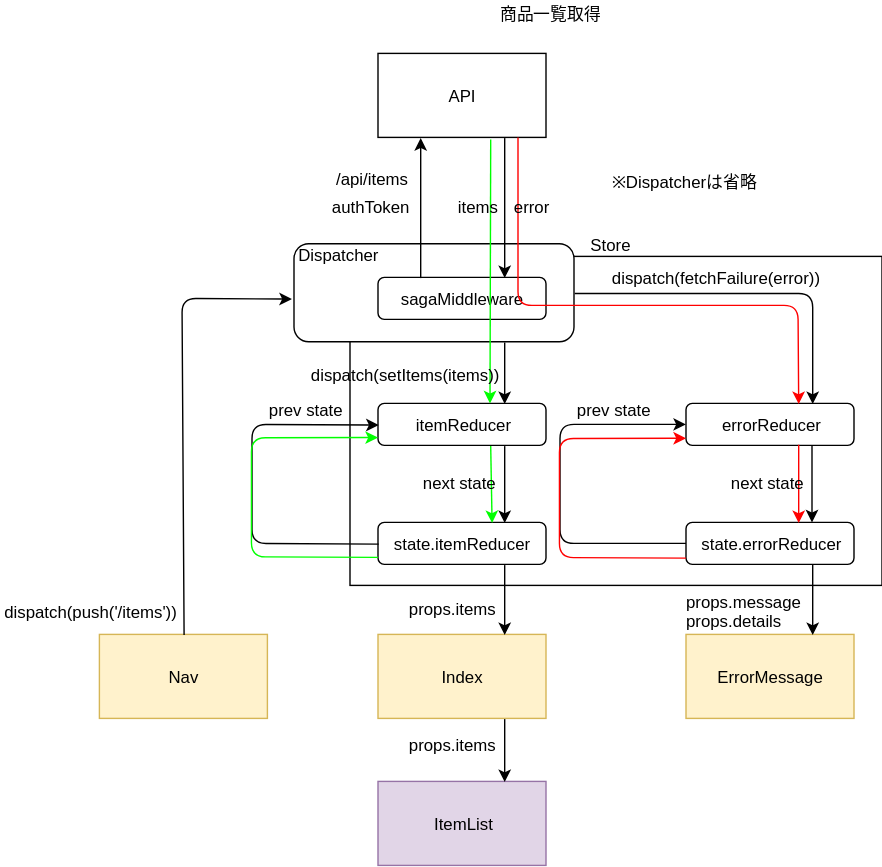
Above: diagram/dataFlow/index.svg in emgniddikur/react-app (draw.io), before the change. Source tidied: cells renumbered, new cells last; positions are measured from the earlier drawing's top-left corner, leaving out a move shared by most shapes.
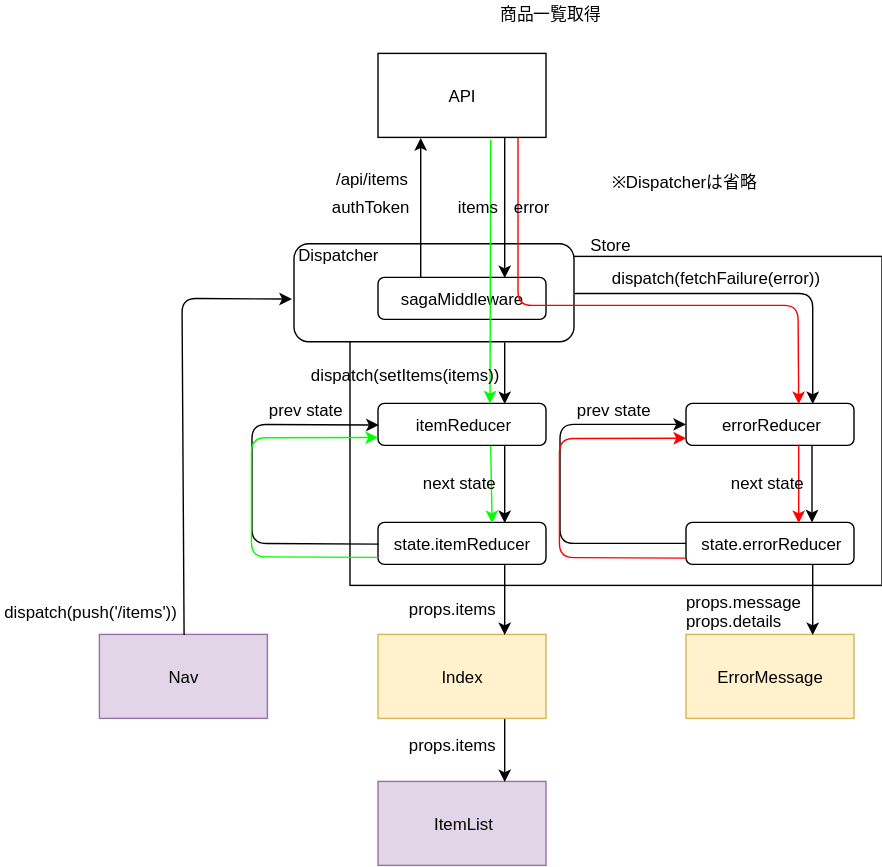
Later version of the same file.

The edit, as a diff of the source:
```diff
@@ -92,7 +92,7 @@
     <mxCell id="24" value="ItemList" style="rounded=0;whiteSpace=wrap;html=1;fillColor=#e1d5e7;strokeColor=#9673a6;" parent="1" vertex="1">
       <mxGeometry x="269.5" y="557.5" width="120" height="60" as="geometry" />
     </mxCell>
-    <mxCell id="25" value="Nav" style="rounded=0;whiteSpace=wrap;html=1;fillColor=#fff2cc;strokeColor=#d6b656;" parent="1" vertex="1">
+    <mxCell id="25" value="Nav" style="rounded=0;whiteSpace=wrap;html=1;fillColor=#e1d5e7;strokeColor=#9673a6;" parent="1" vertex="1">
       <mxGeometry x="70.5" y="452.5" width="120" height="60" as="geometry" />
     </mxCell>
     <mxCell id="26" value="ErrorMessage" style="rounded=0;whiteSpace=wrap;html=1;fillColor=#fff2cc;strokeColor=#d6b656;" parent="1" vertex="1">
```
